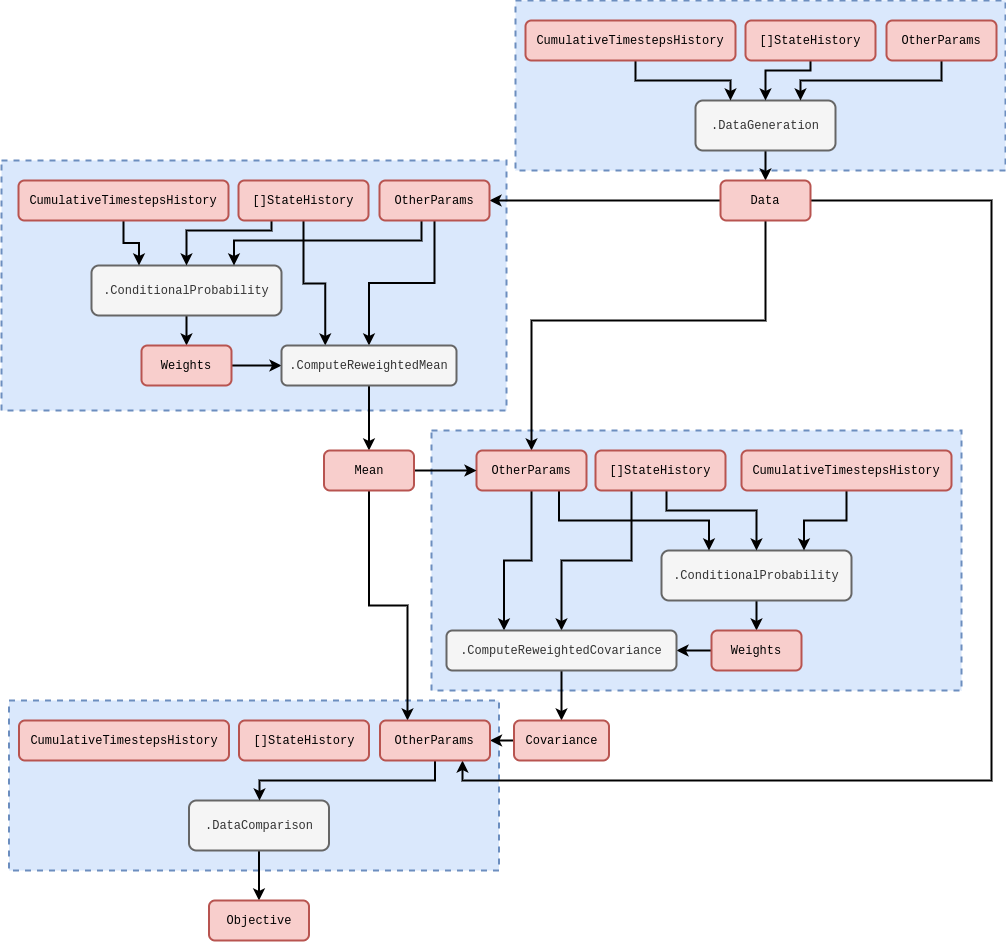
umbralcalc/umbralcalc.github.io keeps this draw.io diagram as assets/stochadexII/stochadexII-prob-reweighting-code.drawio.png. Above is the earlier version. Source tidied: cells renumbered, new cells last; positions are measured from the earlier drawing's top-left corner, leaving out a move shared by most shapes.
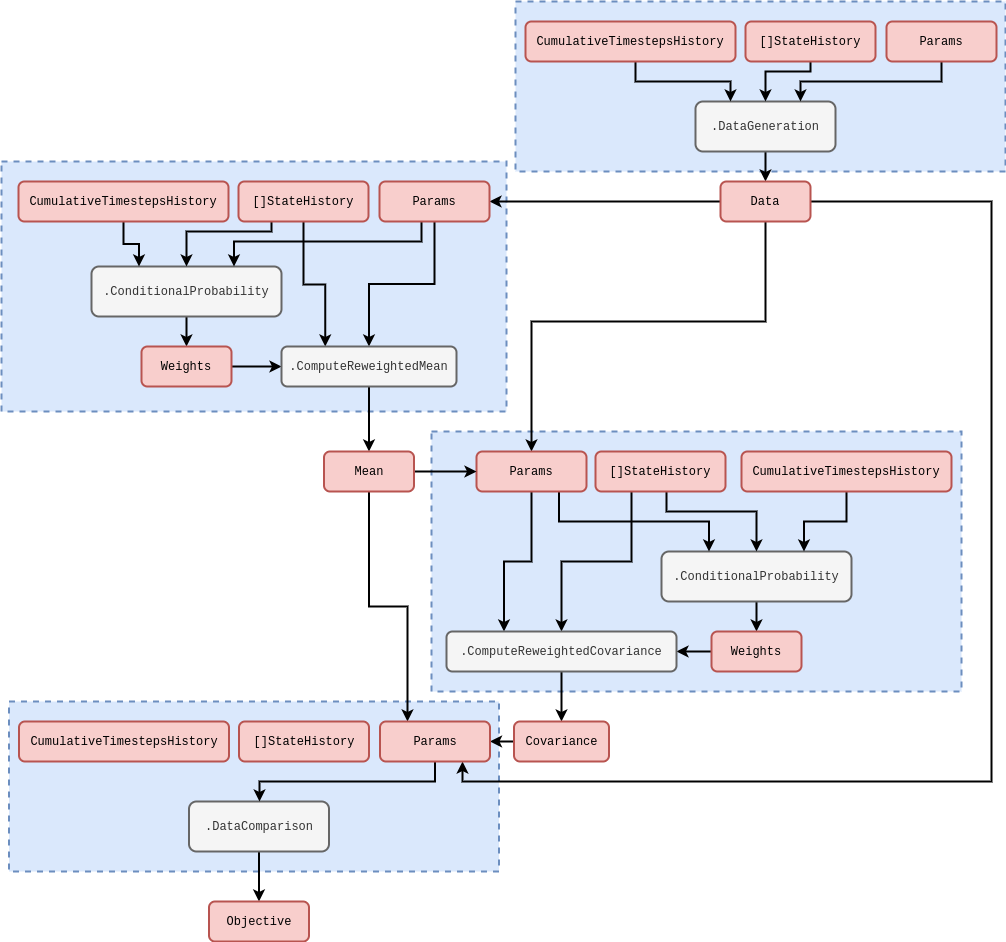
The same file after the commit.

Diff of the diagram source:
```diff
@@ -105,7 +105,7 @@
         </Array>
       </mxGeometry>
     </mxCell>
-    <mxCell id="27" value="&lt;font face=&quot;Courier New&quot;&gt;OtherParams&lt;/font&gt;" style="rounded=1;whiteSpace=wrap;html=1;strokeWidth=2;fillColor=#f8cecc;strokeColor=#b85450;" parent="1" vertex="1">
+    <mxCell id="27" value="&lt;font face=&quot;Courier New&quot;&gt;Params&lt;/font&gt;" style="rounded=1;whiteSpace=wrap;html=1;strokeWidth=2;fillColor=#f8cecc;strokeColor=#b85450;" parent="1" vertex="1">
       <mxGeometry x="885" y="20" width="110" height="40" as="geometry" />
     </mxCell>
     <mxCell id="28" style="edgeStyle=orthogonalEdgeStyle;rounded=0;jettySize=auto;html=1;entryX=0.5;entryY=0;entryDx=0;entryDy=0;strokeWidth=2;" parent="1" edge="1" source="30" target="7">
@@ -136,7 +136,7 @@
     <mxCell id="33" style="edgeStyle=orthogonalEdgeStyle;rounded=0;jettySize=auto;html=1;entryX=0.25;entryY=0;entryDx=0;entryDy=0;strokeWidth=2;" parent="1" edge="1" source="34" target="48">
       <mxGeometry relative="1" as="geometry" />
     </mxCell>
-    <mxCell id="34" value="&lt;font face=&quot;Courier New&quot;&gt;OtherParams&lt;/font&gt;" style="rounded=1;whiteSpace=wrap;html=1;strokeWidth=2;fillColor=#f8cecc;strokeColor=#b85450;" parent="1" vertex="1">
+    <mxCell id="34" value="&lt;font face=&quot;Courier New&quot;&gt;Params&lt;/font&gt;" style="rounded=1;whiteSpace=wrap;html=1;strokeWidth=2;fillColor=#f8cecc;strokeColor=#b85450;" parent="1" vertex="1">
       <mxGeometry x="475" y="450" width="110" height="40" as="geometry" />
     </mxCell>
     <mxCell id="35" style="edgeStyle=orthogonalEdgeStyle;rounded=0;jettySize=auto;html=1;entryX=0.5;entryY=0;entryDx=0;entryDy=0;strokeWidth=2;" parent="1" edge="1" source="37" target="18">
@@ -172,7 +172,7 @@
     <mxCell id="40" style="edgeStyle=orthogonalEdgeStyle;rounded=0;jettySize=auto;html=1;strokeWidth=2;" parent="1" edge="1" source="41" target="43">
       <mxGeometry relative="1" as="geometry" />
     </mxCell>
-    <mxCell id="41" value="&lt;font face=&quot;Courier New&quot;&gt;OtherParams&lt;/font&gt;" style="rounded=1;whiteSpace=wrap;html=1;strokeWidth=2;fillColor=#f8cecc;strokeColor=#b85450;" parent="1" vertex="1">
+    <mxCell id="41" value="&lt;font face=&quot;Courier New&quot;&gt;Params&lt;/font&gt;" style="rounded=1;whiteSpace=wrap;html=1;strokeWidth=2;fillColor=#f8cecc;strokeColor=#b85450;" parent="1" vertex="1">
       <mxGeometry x="378" y="180" width="110" height="40" as="geometry" />
     </mxCell>
     <mxCell id="42" style="edgeStyle=orthogonalEdgeStyle;rounded=0;jettySize=auto;html=1;strokeWidth=2;" parent="1" edge="1" source="43" target="46">
@@ -222,7 +222,7 @@
         </Array>
       </mxGeometry>
     </mxCell>
-    <mxCell id="56" value="&lt;font face=&quot;Courier New&quot;&gt;OtherParams&lt;/font&gt;" style="rounded=1;whiteSpace=wrap;html=1;strokeWidth=2;fillColor=#f8cecc;strokeColor=#b85450;" parent="1" vertex="1">
+    <mxCell id="56" value="&lt;font face=&quot;Courier New&quot;&gt;Params&lt;/font&gt;" style="rounded=1;whiteSpace=wrap;html=1;strokeWidth=2;fillColor=#f8cecc;strokeColor=#b85450;" parent="1" vertex="1">
       <mxGeometry x="378.5" y="720" width="110" height="40" as="geometry" />
     </mxCell>
     <mxCell id="57" value="&lt;font face=&quot;Courier New&quot;&gt;Objective&lt;/font&gt;" style="rounded=1;whiteSpace=wrap;html=1;strokeWidth=2;fillColor=#f8cecc;strokeColor=#b85450;" parent="1" vertex="1">
```
